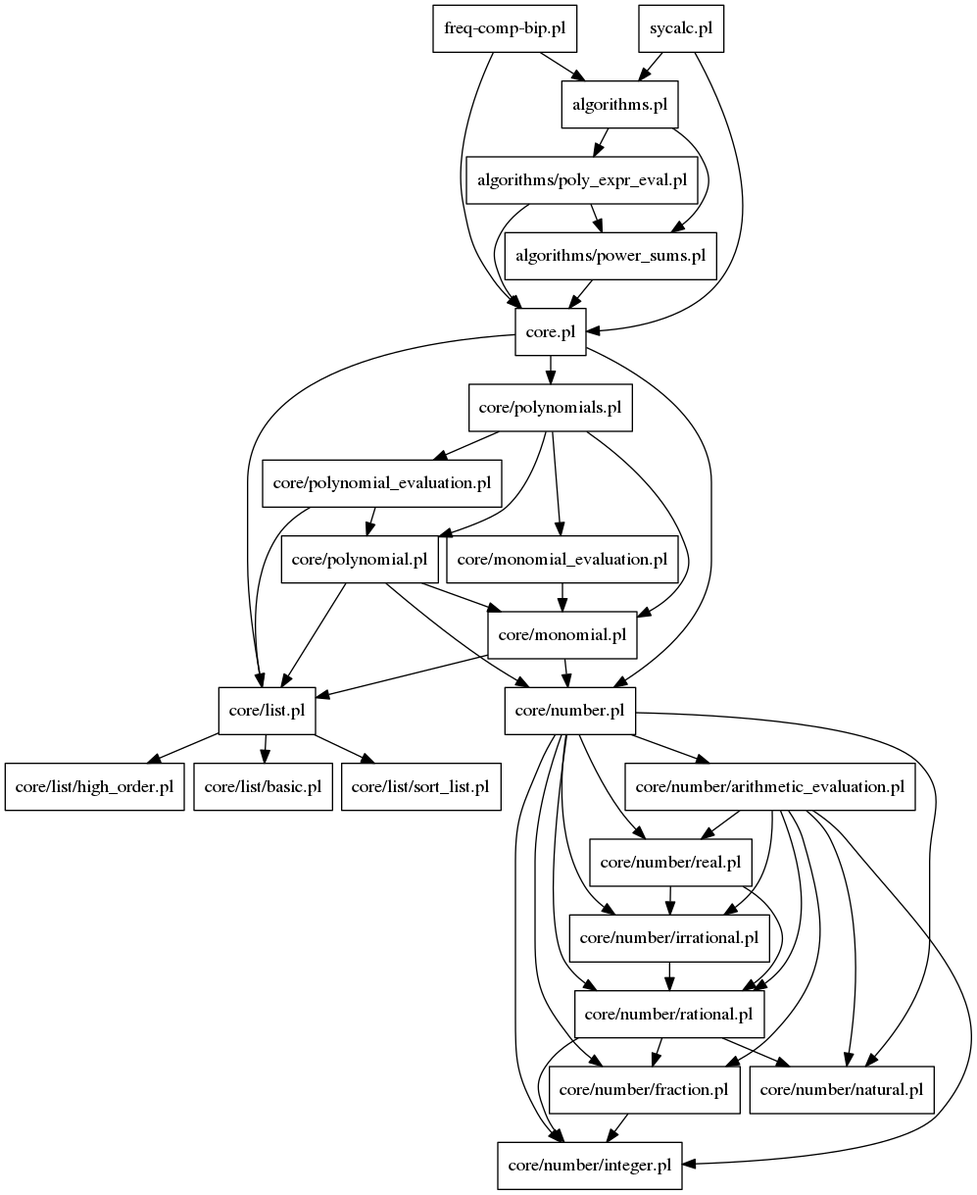
The Graphviz diagram docs/project_graph.png in lluisalemanypuig/sycalc, before a commit. Its source is kept beside it as docs/.cache/project_graph.dot. Its diagram source:
```dot
digraph file_graph {
node [shape=rectangle]
nodesep = 0.1
ranksep = 0.3
"core/polynomial_evaluation.pl" -> "core/list.pl"
"core/polynomial_evaluation.pl" -> "core/polynomial.pl"
"core/number/irrational.pl" -> "core/number/rational.pl"
"core/list.pl" -> "core/list/sort_list.pl"
"core/list.pl" -> "core/list/high_order.pl"
"core/list.pl" -> "core/list/basic.pl"
"freq-comp-bip.pl" -> "core.pl"
"freq-comp-bip.pl" -> "algorithms.pl"
"algorithms.pl" -> "algorithms/poly_expr_eval.pl"
"algorithms.pl" -> "algorithms/power_sums.pl"
"core/number/real.pl" -> "core/number/irrational.pl"
"core/number/real.pl" -> "core/number/rational.pl"
"core/number/fraction.pl" -> "core/number/integer.pl"
"core/monomial.pl" -> "core/number.pl"
"core/monomial.pl" -> "core/list.pl"
"core/number/rational.pl" -> "core/number/integer.pl"
"core/number/rational.pl" -> "core/number/natural.pl"
"core/number/rational.pl" -> "core/number/fraction.pl"
"algorithms/power_sums.pl" -> "core.pl"
"algorithms/poly_expr_eval.pl" -> "core.pl"
"algorithms/poly_expr_eval.pl" -> "algorithms/power_sums.pl"
"core/number.pl" -> "core/number/integer.pl"
"core/number.pl" -> "core/number/natural.pl"
"core/number.pl" -> "core/number/fraction.pl"
"core/number.pl" -> "core/number/irrational.pl"
"core/number.pl" -> "core/number/arithmetic_evaluation.pl"
"core/number.pl" -> "core/number/real.pl"
"core/number.pl" -> "core/number/rational.pl"
"sycalc.pl" -> "core.pl"
"sycalc.pl" -> "algorithms.pl"
"core/monomial_evaluation.pl" -> "core/monomial.pl"
"core/polynomials.pl" -> "core/polynomial_evaluation.pl"
"core/polynomials.pl" -> "core/monomial.pl"
"core/polynomials.pl" -> "core/polynomial.pl"
"core/polynomials.pl" -> "core/monomial_evaluation.pl"
"core.pl" -> "core/polynomials.pl"
"core.pl" -> "core/number.pl"
"core.pl" -> "core/list.pl"
"core/polynomial.pl" -> "core/monomial.pl"
"core/polynomial.pl" -> "core/number.pl"
"core/polynomial.pl" -> "core/list.pl"
"core/number/arithmetic_evaluation.pl" -> "core/number/integer.pl"
"core/number/arithmetic_evaluation.pl" -> "core/number/natural.pl"
"core/number/arithmetic_evaluation.pl" -> "core/number/fraction.pl"
"core/number/arithmetic_evaluation.pl" -> "core/number/irrational.pl"
"core/number/arithmetic_evaluation.pl" -> "core/number/real.pl"
"core/number/arithmetic_evaluation.pl" -> "core/number/rational.pl"
}
```
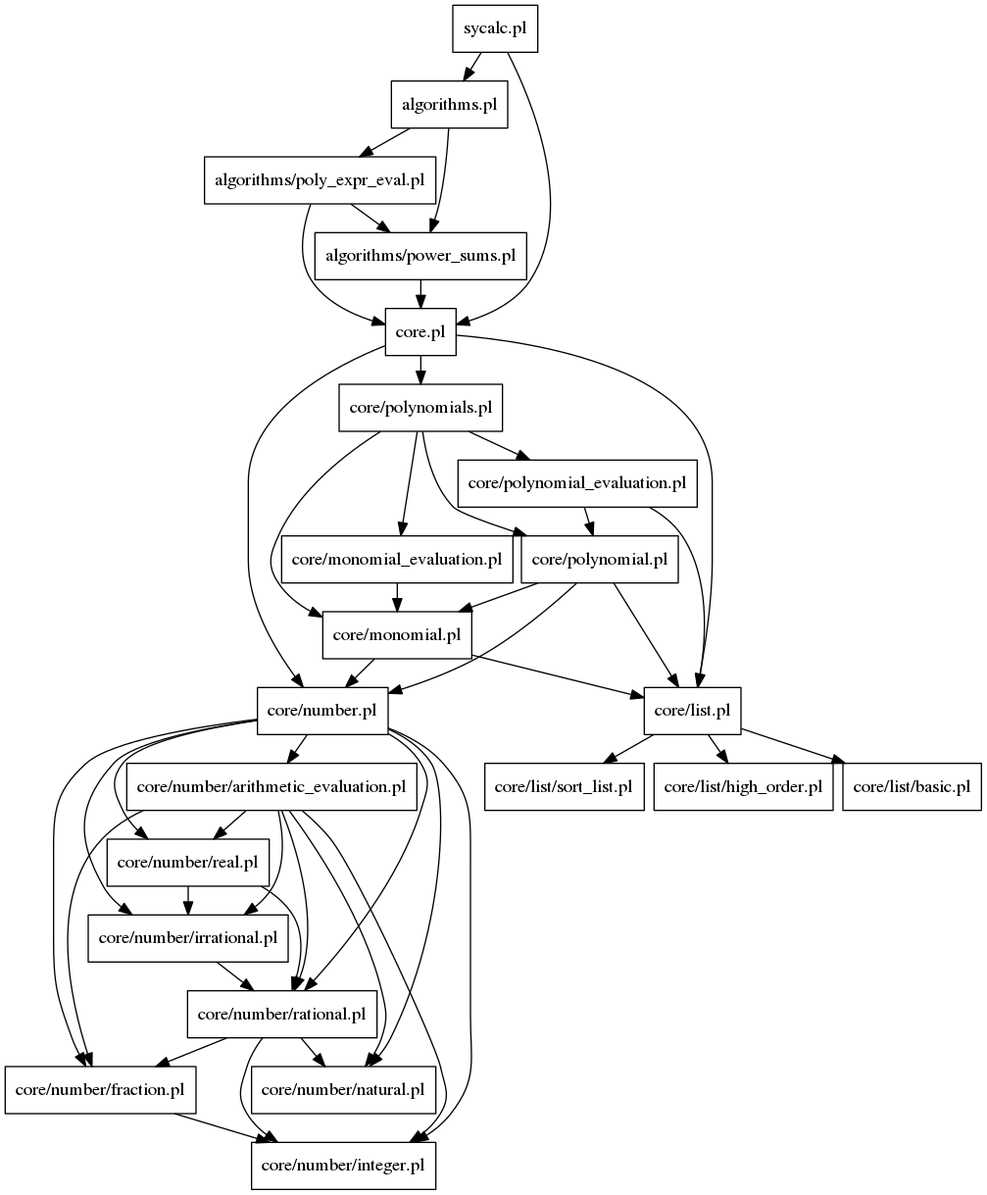
The same diagram one commit later.

The edit, as a diff of the source:
```diff
@@ -8,8 +8,6 @@
 "core/list.pl" -> "core/list/sort_list.pl"
 "core/list.pl" -> "core/list/high_order.pl"
 "core/list.pl" -> "core/list/basic.pl"
-"freq-comp-bip.pl" -> "core.pl"
-"freq-comp-bip.pl" -> "algorithms.pl"
 "algorithms.pl" -> "algorithms/poly_expr_eval.pl"
 "algorithms.pl" -> "algorithms/power_sums.pl"
 "core/number/real.pl" -> "core/number/irrational.pl"
```
